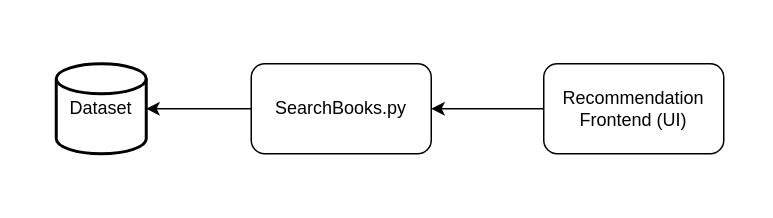
This is figures/CompToolsRecModel.drawio from liljayr/CompTools, a draw.io file, before an edit. Source tidied: cells renumbered, new cells numbered last; positions are measured from the earlier drawing's top-left corner, leaving out a move shared by most shapes. Both pictures are drawn from the tidied source at 150%, with x=0, y=0 at pixel (56, 63).
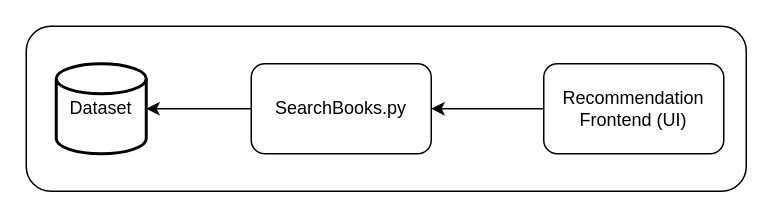
Above is the later version.

The edit, as a diff of the source:
```diff
@@
 <mxGraphModel>
   <root>
     <mxCell id="0" />
     <mxCell id="1" parent="0" />
+    <mxCell id="7" style="rounded=1;whiteSpace=wrap;html=1;" parent="1" vertex="1">
+      <mxGeometry x="-20" y="-25" width="480" height="110" as="geometry" />
+    </mxCell>
     <mxCell id="2" value="Dataset" style="strokeWidth=2;html=1;shape=mxgraph.flowchart.database;whiteSpace=wrap;" parent="1" vertex="1">
       <mxGeometry width="60" height="60" as="geometry" />
     </mxCell>
     <mxCell id="3" style="edgeStyle=orthogonalEdgeStyle;rounded=0;jettySize=auto;html=1;exitX=0;exitY=0.5;exitDx=0;exitDy=0;entryX=1;entryY=0.5;entryDx=0;entryDy=0;entryPerimeter=0;" parent="1" edge="1" source="4" target="2">
       <mxGeometry relative="1" as="geometry" />
     </mxCell>
     <mxCell id="4" value="SearchBooks.py" style="rounded=1;whiteSpace=wrap;html=1;" parent="1" vertex="1">
       <mxGeometry x="130" width="120" height="60" as="geometry" />
     </mxCell>
     <mxCell id="5" style="edgeStyle=orthogonalEdgeStyle;rounded=0;jettySize=auto;html=1;exitX=0;exitY=0.5;exitDx=0;exitDy=0;entryX=1;entryY=0.5;entryDx=0;entryDy=0;" parent="1" edge="1" source="6" target="4">
       <mxGeometry relative="1" as="geometry" />
     </mxCell>
     <mxCell id="6" value="Recommendation Frontend (UI)" style="rounded=1;whiteSpace=wrap;html=1;" parent="1" vertex="1">
       <mxGeometry x="325" width="120" height="60" as="geometry" />
     </mxCell>
   </root>
 </mxGraphModel>
```
